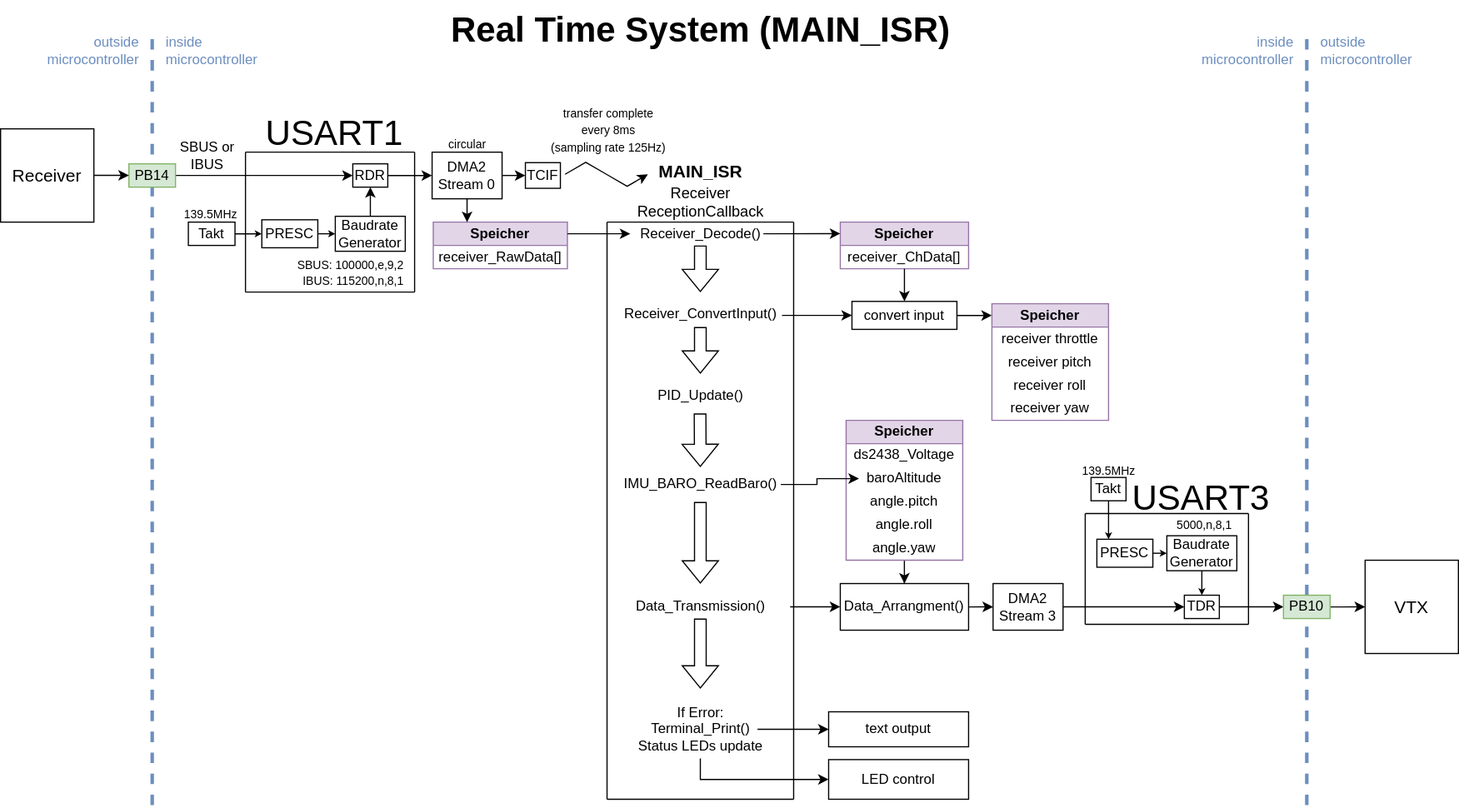
Earlier version of the draw.io export Dokumentation/Bilder/Softwarearchitektur/Softwarearchitektur-Real Time System.drawio.svg (FrogMoment/FPV_Drohne_202324). Source tidied: cells renumbered, new cells last; positions are measured from the earlier drawing's top-left corner, leaving out a move shared by most shapes.
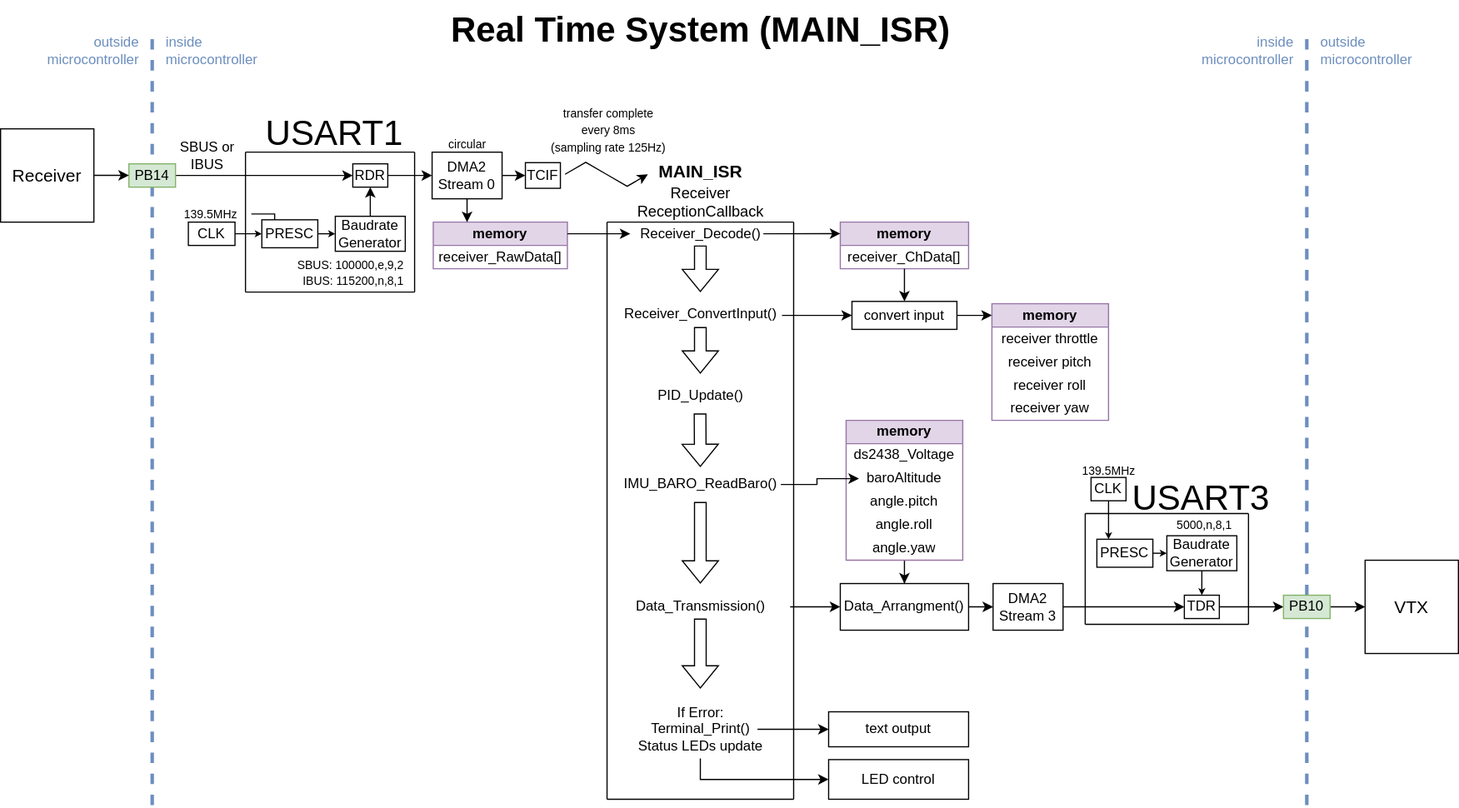
After the commit.

Change to the diagram source:
```diff
@@ -50,9 +50,12 @@
     <mxCell id="15" style="edgeStyle=orthogonalEdgeStyle;rounded=0;jettySize=auto;html=1;entryX=0;entryY=0.5;entryDx=0;entryDy=0;endSize=3;" parent="1" edge="1" source="16" target="22">
       <mxGeometry relative="1" as="geometry" />
     </mxCell>
-    <mxCell id="16" value="Takt" style="whiteSpace=wrap;html=1;" parent="1" vertex="1">
+    <mxCell id="16" value="CLK" style="whiteSpace=wrap;html=1;" parent="1" vertex="1">
       <mxGeometry x="161" y="190" width="40" height="20" as="geometry" />
     </mxCell>
+    <mxCell id="103" style="edgeStyle=orthogonalEdgeStyle;rounded=0;jettySize=auto;html=1;" parent="1" edge="1" source="17" target="22">
+      <mxGeometry relative="1" as="geometry" />
+    </mxCell>
     <mxCell id="17" value="139.5MHz" style="text;html=1;align=center;verticalAlign=middle;points=[];strokeColor=none;fillColor=none;fontSize=10;" parent="1" vertex="1">
       <mxGeometry x="145" y="168" width="70" height="30" as="geometry" />
     </mxCell>
@@ -95,7 +98,7 @@
     <mxCell id="26" value="TCIF" style="whiteSpace=wrap;html=1;" parent="1" vertex="1">
       <mxGeometry x="450" y="139" width="30" height="22" as="geometry" />
     </mxCell>
-    <mxCell id="27" value="&lt;b&gt;Speicher&lt;/b&gt;" style="swimlane;fontStyle=0;horizontal=1;startSize=20;whiteSpace=wrap;html=1;fillColor=#e1d5e7;strokeColor=#9673a6;" parent="1" vertex="1">
+    <mxCell id="27" value="&lt;b&gt;memory&lt;/b&gt;" style="swimlane;fontStyle=0;horizontal=1;startSize=20;whiteSpace=wrap;html=1;fillColor=#e1d5e7;strokeColor=#9673a6;" parent="1" vertex="1">
       <mxGeometry x="371" y="190" width="115" height="40" as="geometry" />
     </mxCell>
     <mxCell id="28" value="&lt;font style=&quot;font-size: 12px;&quot;&gt;receiver_RawData[]&lt;/font&gt;" style="text;strokeColor=none;fillColor=none;align=center;verticalAlign=middle;spacingLeft=4;spacingRight=4;overflow=hidden;whiteSpace=wrap;html=1;" parent="27" vertex="1">
@@ -134,7 +137,7 @@
     <mxCell id="35" value="&lt;font style=&quot;font-size: 10px;&quot;&gt;transfer complete&lt;br&gt;every 8ms&lt;br&gt;&lt;/font&gt;&lt;div&gt;&lt;font style=&quot;font-size: 10px;&quot;&gt;(sampling rate 125Hz)&lt;/font&gt;&lt;/div&gt;" style="text;html=1;align=center;verticalAlign=middle;strokeColor=none;fillColor=none;rotation=0;" parent="1" vertex="1">
       <mxGeometry x="461" y="81" width="120" height="60" as="geometry" />
     </mxCell>
-    <mxCell id="36" value="&lt;b&gt;Speicher&lt;/b&gt;" style="swimlane;fontStyle=0;horizontal=1;startSize=20;whiteSpace=wrap;html=1;fillColor=#e1d5e7;strokeColor=#9673a6;" parent="1" vertex="1">
+    <mxCell id="36" value="&lt;b&gt;memory&lt;/b&gt;" style="swimlane;fontStyle=0;horizontal=1;startSize=20;whiteSpace=wrap;html=1;fillColor=#e1d5e7;strokeColor=#9673a6;" parent="1" vertex="1">
       <mxGeometry x="720" y="190" width="110" height="40" as="geometry" />
     </mxCell>
     <mxCell id="37" value="&lt;font style=&quot;font-size: 12px;&quot;&gt;receiver_ChData[]&lt;/font&gt;" style="text;strokeColor=none;fillColor=none;align=center;verticalAlign=middle;spacingLeft=4;spacingRight=4;overflow=hidden;whiteSpace=wrap;html=1;" parent="36" vertex="1">
@@ -195,7 +198,7 @@
         <mxPoint x="775" y="258" as="targetPoint" />
       </mxGeometry>
     </mxCell>
-    <mxCell id="49" value="&lt;b&gt;Speicher&lt;/b&gt;" style="swimlane;fontStyle=0;horizontal=1;startSize=20;whiteSpace=wrap;html=1;fillColor=#e1d5e7;strokeColor=#9673a6;" parent="1" vertex="1">
+    <mxCell id="49" value="&lt;b&gt;memory&lt;/b&gt;" style="swimlane;fontStyle=0;horizontal=1;startSize=20;whiteSpace=wrap;html=1;fillColor=#e1d5e7;strokeColor=#9673a6;" parent="1" vertex="1">
       <mxGeometry x="850" y="260" width="100" height="100" as="geometry" />
     </mxCell>
     <mxCell id="50" value="&lt;font style=&quot;font-size: 12px;&quot;&gt;receiver throttle&lt;/font&gt;" style="text;strokeColor=none;fillColor=none;align=center;verticalAlign=middle;spacingLeft=4;spacingRight=4;overflow=hidden;whiteSpace=wrap;html=1;" parent="49" vertex="1">
@@ -246,7 +249,7 @@
     <mxCell id="62" style="edgeStyle=orthogonalEdgeStyle;rounded=0;jettySize=auto;html=1;entryX=0.5;entryY=0;entryDx=0;entryDy=0;" parent="1" edge="1" source="63" target="61">
       <mxGeometry relative="1" as="geometry" />
     </mxCell>
-    <mxCell id="63" value="&lt;b&gt;Speicher&lt;/b&gt;" style="swimlane;fontStyle=0;horizontal=1;startSize=20;whiteSpace=wrap;html=1;fillColor=#e1d5e7;strokeColor=#9673a6;" parent="1" vertex="1">
+    <mxCell id="63" value="&lt;b&gt;memory&lt;/b&gt;" style="swimlane;fontStyle=0;horizontal=1;startSize=20;whiteSpace=wrap;html=1;fillColor=#e1d5e7;strokeColor=#9673a6;" parent="1" vertex="1">
       <mxGeometry x="725" y="360" width="100" height="120" as="geometry" />
     </mxCell>
     <mxCell id="64" value="&lt;font style=&quot;font-size: 12px;&quot;&gt;ds2438_Voltage&lt;/font&gt;" style="text;strokeColor=none;fillColor=none;align=center;verticalAlign=middle;spacingLeft=4;spacingRight=4;overflow=hidden;whiteSpace=wrap;html=1;" parent="63" vertex="1">
@@ -278,7 +281,7 @@
         <mxPoint x="950" y="462" as="targetPoint" />
       </mxGeometry>
     </mxCell>
-    <mxCell id="73" value="Takt" style="whiteSpace=wrap;html=1;" parent="1" vertex="1">
+    <mxCell id="73" value="CLK" style="whiteSpace=wrap;html=1;" parent="1" vertex="1">
       <mxGeometry x="935" y="409" width="30" height="20" as="geometry" />
     </mxCell>
     <mxCell id="74" value="139.5MHz" style="text;html=1;align=center;verticalAlign=middle;strokeColor=none;fillColor=none;fontSize=10;" parent="1" vertex="1">
```
